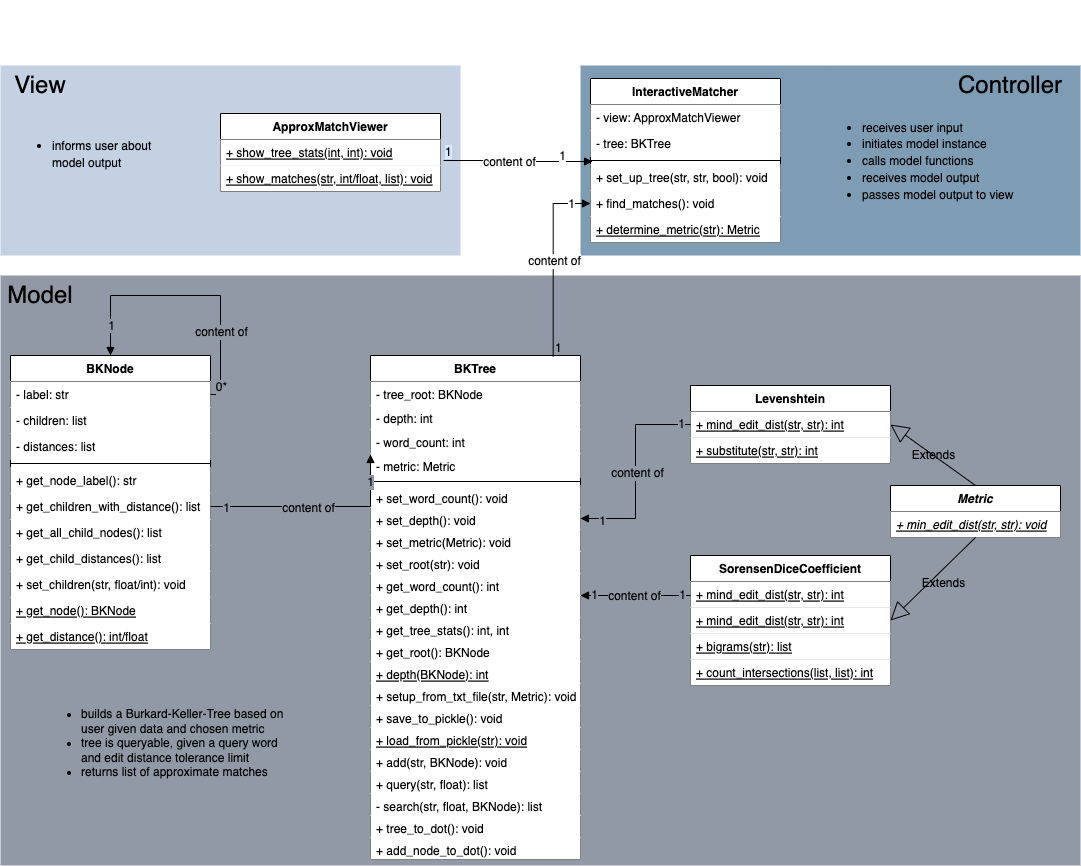
Above: resources/ApproxMatching.png in eileenkammel/Approximate_String_Matching (draw.io), before the change. Source tidied: cells renumbered, new cells last; positions are measured from the earlier drawing's top-left corner, leaving out a move shared by most shapes.
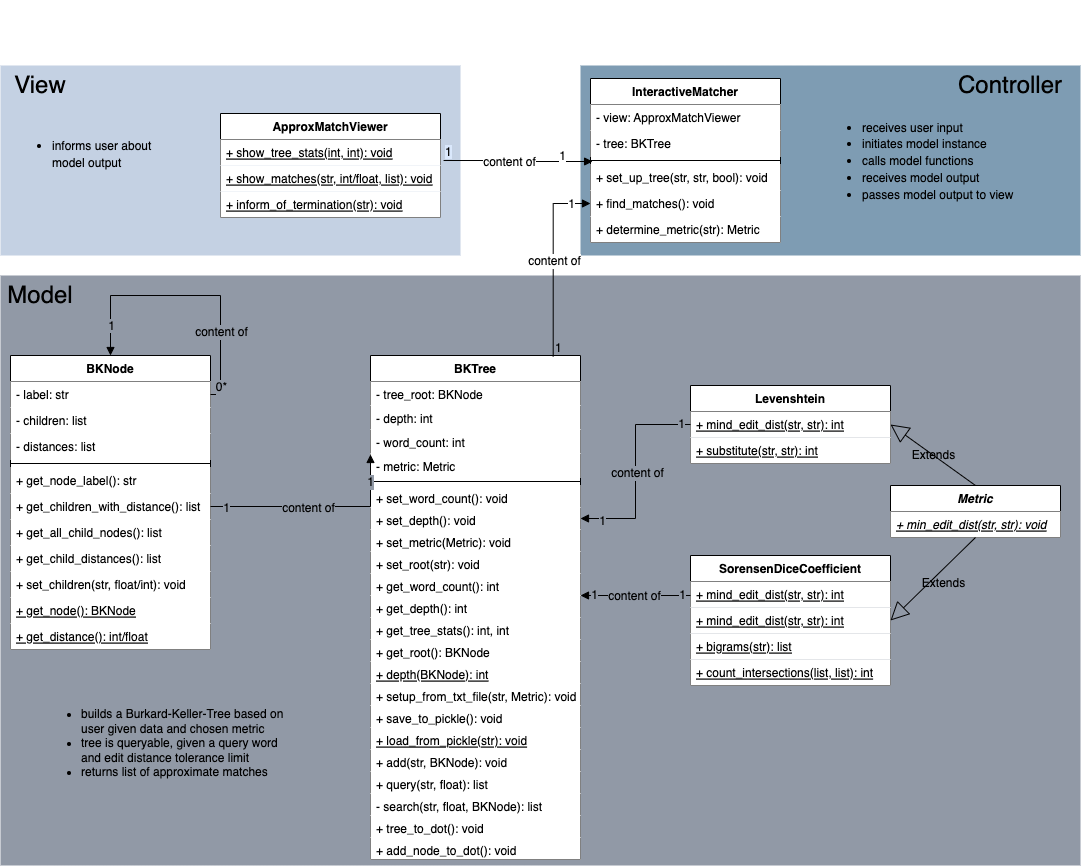
The same file after the commit.

The edit, as a diff of the source:
```diff
@@ -186,11 +186,11 @@
     <mxCell id="59" value="+ find_matches(): void" style="text;strokeColor=none;fillColor=default;align=left;verticalAlign=top;spacingLeft=4;spacingRight=4;overflow=hidden;points=[[0,0.5],[1,0.5]];portConstraint=eastwest;" parent="54" vertex="1">
       <mxGeometry y="112" width="190" height="26" as="geometry" />
     </mxCell>
-    <mxCell id="60" value="+ determine_metric(str): Metric" style="text;strokeColor=none;fillColor=default;align=left;verticalAlign=top;spacingLeft=4;spacingRight=4;overflow=hidden;fontStyle=4;" parent="54" vertex="1">
+    <mxCell id="60" value="+ determine_metric(str): Metric" style="text;strokeColor=none;fillColor=default;align=left;verticalAlign=top;spacingLeft=4;spacingRight=4;overflow=hidden;fontStyle=0;" parent="54" vertex="1">
       <mxGeometry y="138" width="190" height="26" as="geometry" />
     </mxCell>
     <mxCell id="61" value="ApproxMatchViewer" style="swimlane;fontStyle=1;align=center;verticalAlign=top;horizontal=1;startSize=26;" parent="1" vertex="1">
-      <mxGeometry x="220" y="113" width="220" height="78" as="geometry" />
+      <mxGeometry x="220" y="113" width="220" height="104" as="geometry" />
     </mxCell>
     <mxCell id="62" value="+ show_tree_stats(int, int): void" style="text;strokeColor=none;fillColor=default;align=left;verticalAlign=top;spacingLeft=4;spacingRight=4;overflow=hidden;points=[[0,0.5],[1,0.5]];portConstraint=eastwest;fontStyle=4;" parent="61" vertex="1">
       <mxGeometry y="26" width="220" height="26" as="geometry" />
@@ -198,6 +198,9 @@
     <mxCell id="63" value="+ show_matches(str, int/float, list): void" style="text;strokeColor=none;fillColor=default;align=left;verticalAlign=top;spacingLeft=4;spacingRight=4;overflow=hidden;fontStyle=4;" parent="61" vertex="1">
       <mxGeometry y="52" width="220" height="26" as="geometry" />
     </mxCell>
+    <mxCell id="95" value="+ inform_of_termination(str): void" style="text;strokeColor=none;fillColor=default;align=left;verticalAlign=top;spacingLeft=4;spacingRight=4;overflow=hidden;fontStyle=4;" parent="61" vertex="1">
+      <mxGeometry y="78" width="220" height="26" as="geometry" />
+    </mxCell>
     <mxCell id="64" value="&lt;font style=&quot;font-size: 24px;&quot;&gt;Model&lt;/font&gt;" style="text;html=1;strokeColor=none;fillColor=none;align=center;verticalAlign=middle;whiteSpace=wrap;rounded=0;labelBackgroundColor=none;labelBorderColor=none;fontColor=default;" parent="1" vertex="1">
       <mxGeometry x="10" y="275" width="60" height="40" as="geometry" />
     </mxCell>
```
